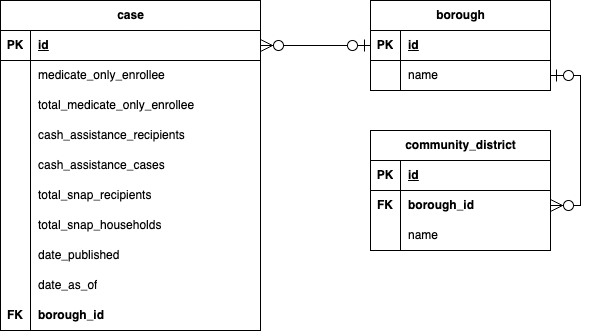
This is Project 1/1. Literature/ER Diagram.png from ktxdev/AIM-5001, a draw.io export, as it was before one commit. Source tidied: cells renumbered, new cells last; positions are measured from the earlier drawing's top-left corner, leaving out a move shared by most shapes.
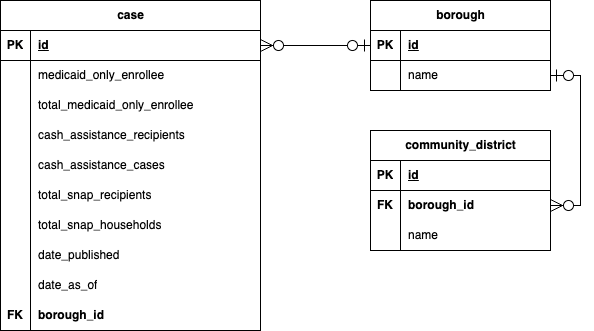
Later version of the same file.

What changed in the source:
```diff
@@ -20,7 +20,7 @@
     <mxCell id="7" style="shape=partialRectangle;fillColor=none;top=0;left=0;bottom=0;right=0;overflow=hidden;whiteSpace=wrap;html=1;" parent="6" vertex="1">
       <mxGeometry width="30" height="30" as="geometry" />
     </mxCell>
-    <mxCell id="8" value="medicate_only_enrollee" style="shape=partialRectangle;fillColor=none;top=0;left=0;bottom=0;right=0;align=left;spacingLeft=6;overflow=hidden;whiteSpace=wrap;html=1;" parent="6" vertex="1">
+    <mxCell id="8" value="medicaid_only_enrollee" style="shape=partialRectangle;fillColor=none;top=0;left=0;bottom=0;right=0;align=left;spacingLeft=6;overflow=hidden;whiteSpace=wrap;html=1;" parent="6" vertex="1">
       <mxGeometry x="30" width="230" height="30" as="geometry" />
     </mxCell>
     <mxCell id="9" style="shape=tableRow;horizontal=0;startSize=0;swimlaneHead=0;swimlaneBody=0;fillColor=none;top=0;left=0;right=0;bottom=0;" parent="2" vertex="1">
@@ -29,7 +29,7 @@
     <mxCell id="10" style="shape=partialRectangle;fillColor=none;top=0;left=0;bottom=0;right=0;overflow=hidden;whiteSpace=wrap;html=1;" parent="9" vertex="1">
       <mxGeometry width="30" height="30" as="geometry" />
     </mxCell>
-    <mxCell id="11" value="total_medicate_only_enrollee" style="shape=partialRectangle;fillColor=none;top=0;left=0;bottom=0;right=0;align=left;spacingLeft=6;overflow=hidden;whiteSpace=wrap;html=1;" parent="9" vertex="1">
+    <mxCell id="11" value="total_medicaid_only_enrollee" style="shape=partialRectangle;fillColor=none;top=0;left=0;bottom=0;right=0;align=left;spacingLeft=6;overflow=hidden;whiteSpace=wrap;html=1;" parent="9" vertex="1">
       <mxGeometry x="30" width="230" height="30" as="geometry" />
     </mxCell>
     <mxCell id="12" style="shape=tableRow;horizontal=0;startSize=0;swimlaneHead=0;swimlaneBody=0;fillColor=none;top=0;left=0;right=0;bottom=0;" parent="2" vertex="1">
```
